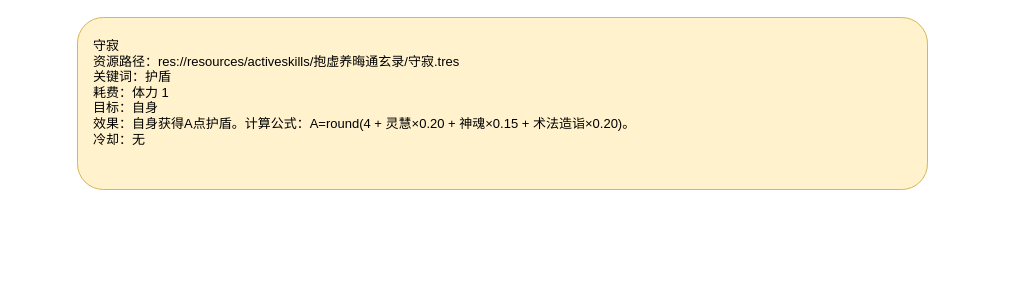
Earlier version of the draw.io diagram page "守寂" (1 of 2) of docs/卡牌词典/秘籍技能/抱虚养晦通玄录/守寂.drawio (ankundanetracyc-spec/tian-guan-you-du). Source tidied: cells renumbered, new cells numbered last; positions are measured from the earlier drawing's top-left corner, leaving out a move shared by most shapes. Both pictures are drawn from the tidied source at 100%, with x=0, y=0 at pixel (77, 17).
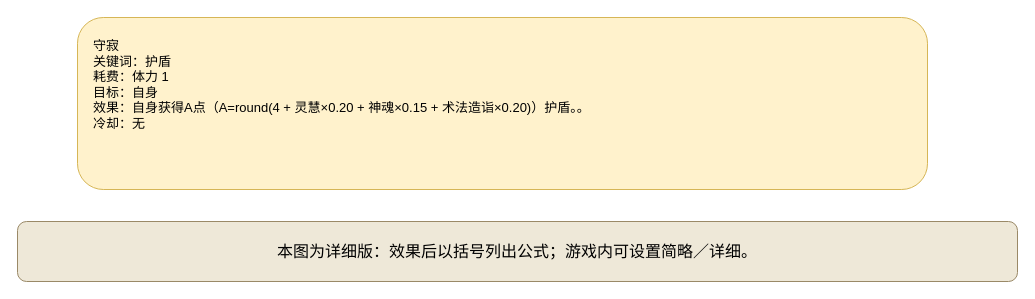
The same page after the edit.

Diff of the diagram source:
```diff
@@
 <mxGraphModel>
   <root>
     <mxCell id="0" />
     <mxCell id="1" parent="0" />
-    <mxCell id="2" value="&lt;div style=&quot;text-align:left;&quot;&gt;守寂&lt;br&gt;资源路径：res://resources/activeskills/抱虚养晦通玄录/守寂.tres&lt;br&gt;关键词：护盾&lt;br&gt;耗费：体力 1&lt;br&gt;目标：自身&lt;br&gt;效果：自身获得A点护盾。计算公式：A=round(4 + 灵慧×0.20 + 神魂×0.15 + 术法造诣×0.20)。&lt;br&gt;冷却：无&lt;/div&gt;" style="rounded=1;whiteSpace=wrap;html=1;fillColor=#fff2cc;strokeColor=#d6b656;fontSize=13;align=left;verticalAlign=top;spacing=16;" parent="1" vertex="1">
+    <mxCell id="2" value="守寂&#10;关键词：护盾&#10;耗费：体力 1&#10;目标：自身&#10;效果：自身获得A点（A=round(4 + 灵慧×0.20 + 神魂×0.15 + 术法造诣×0.20)）护盾。。&#10;冷却：无" style="rounded=1;whiteSpace=wrap;html=1;fillColor=#fff2cc;strokeColor=#d6b656;fontSize=13;align=left;verticalAlign=top;spacing=16;" parent="1" vertex="1">
       <mxGeometry width="850" height="172" as="geometry" />
     </mxCell>
+    <mxCell id="3" value="本图为详细版：效果后以括号列出公式；游戏内可设置简略／详细。" style="rounded=1;whiteSpace=wrap;html=1;fillColor=#eee8d8;strokeColor=#9a8967;fontSize=16;" parent="1" vertex="1">
+      <mxGeometry x="-60" y="204" width="1000" height="60" as="geometry" />
+    </mxCell>
   </root>
 </mxGraphModel>
```
